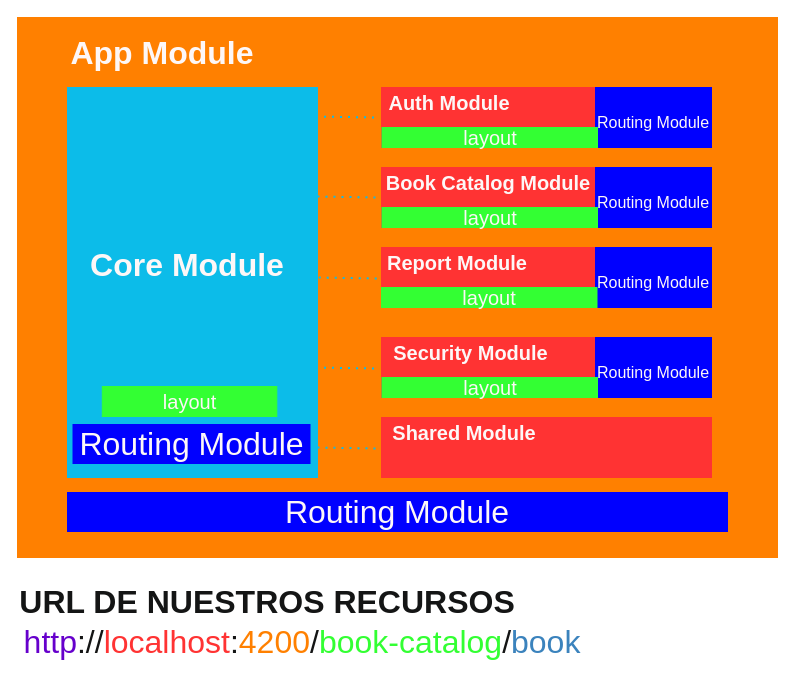
Earlier version of the draw.io diagram src/assets/diagrama/arquitectura_escalable_biblioteca.drawio (ctucnoc/appBiblioteca). Source tidied: cells renumbered, new cells numbered last; positions are measured from the earlier drawing's top-left corner, leaving out a move shared by most shapes. Both pictures are drawn from the tidied source at 100%, with x=0, y=0 at pixel (17, 17).
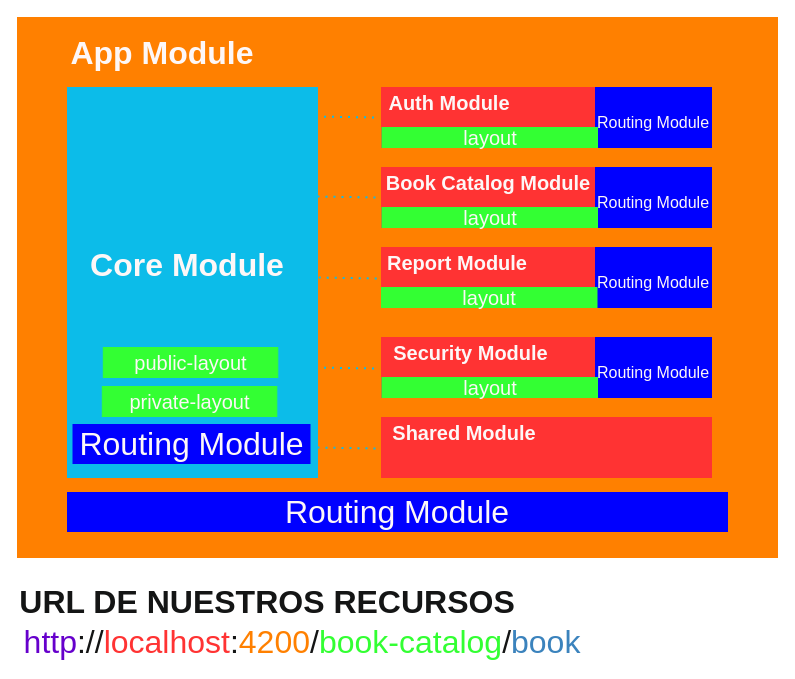
Above is the later version.

Change to the diagram source:
```diff
@@
-    <mxCell id="28" value="layout" style="rounded=0;whiteSpace=wrap;html=1;strokeColor=#33FF33;fontSize=20;fontColor=#fdf7f7;fillColor=#33FF33;" parent="1" vertex="1">
+    <mxCell id="28" value="private-layout" style="rounded=0;whiteSpace=wrap;html=1;strokeColor=#33FF33;fontSize=20;fontColor=#fdf7f7;fillColor=#33FF33;" parent="1" vertex="1">
       <mxGeometry x="84.8" y="369" width="174.5" height="30" as="geometry" />
     </mxCell>
@@
+    <mxCell id="35" value="public-layout" style="rounded=0;whiteSpace=wrap;html=1;strokeColor=#33FF33;fontSize=20;fontColor=#fdf7f7;fillColor=#33FF33;" parent="1" vertex="1">
+      <mxGeometry x="85.8" y="330" width="174.5" height="30" as="geometry" />
+    </mxCell>
```
